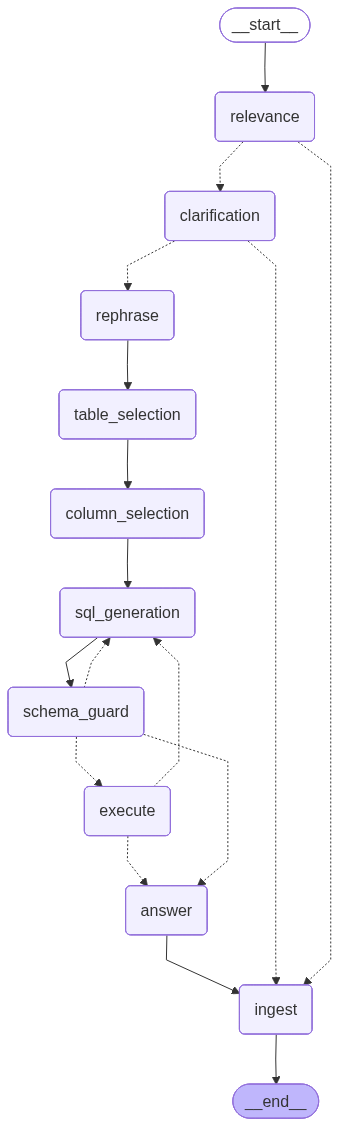
Earlier version of the Mermaid export assets/graph.png (shyam1819/nlp2sql). Its source is kept beside it as assets/graph.mmd.
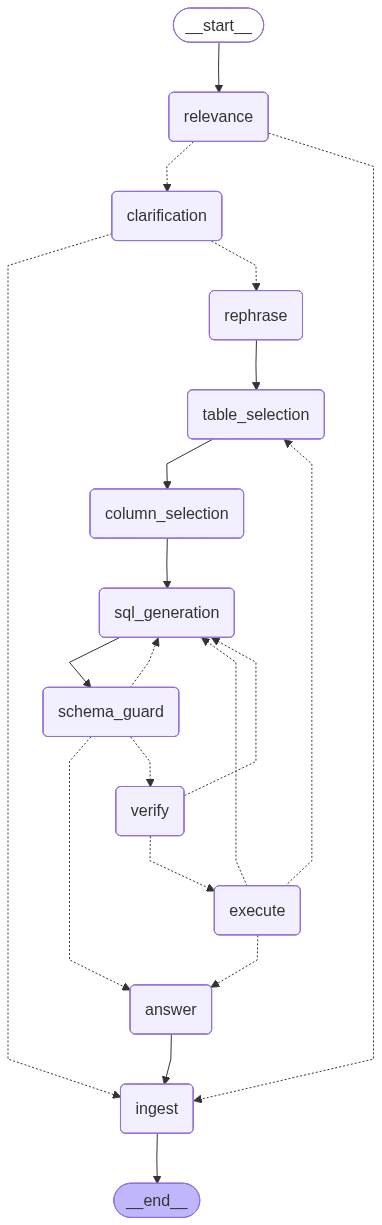
Above is the later version.

What changed in the source:
```diff
@@ -12,6 +12,7 @@
 	column_selection(column_selection)
 	sql_generation(sql_generation)
 	schema_guard(schema_guard)
+	verify(verify)
 	execute(execute)
 	answer(answer)
 	ingest(ingest)
@@ -23,14 +24,17 @@
 	column_selection --> sql_generation;
 	execute -.-> answer;
 	execute -.-> sql_generation;
+	execute -.-> table_selection;
 	relevance -.-> clarification;
 	relevance -.-> ingest;
 	rephrase --> table_selection;
 	schema_guard -.-> answer;
-	schema_guard -.-> execute;
 	schema_guard -.-> sql_generation;
+	schema_guard -.-> verify;
 	sql_generation --> schema_guard;
 	table_selection --> column_selection;
+	verify -.-> execute;
+	verify -.-> sql_generation;
 	ingest --> __end__;
 	classDef default fill:#f2f0ff,line-height:1.2
 	classDef first fill-opacity:0
```
